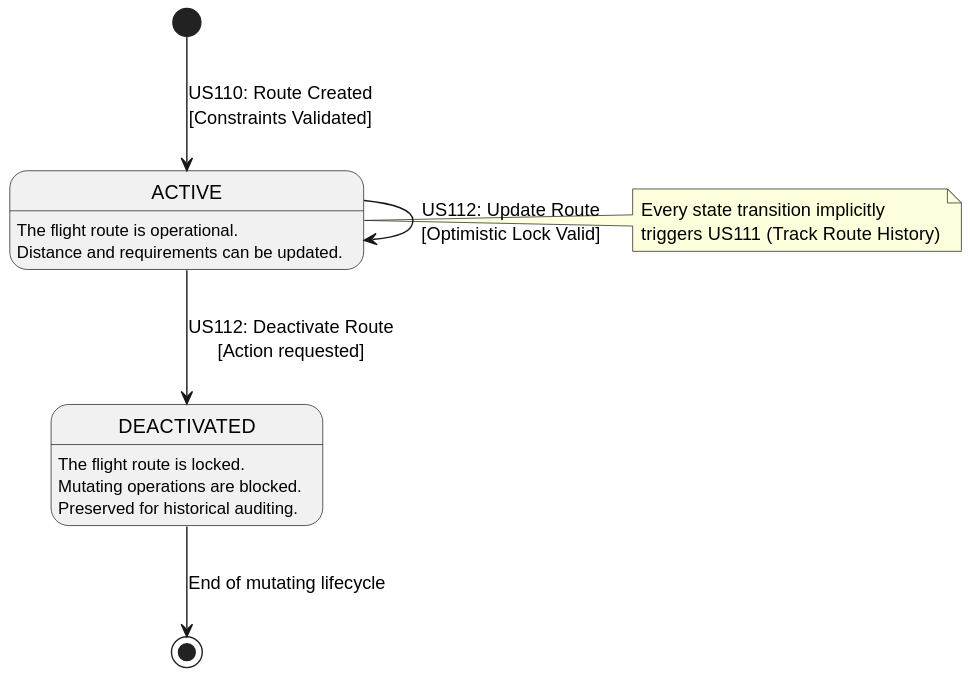
Andre-1240567/psoft2026_2DB_1240567_1241013_1240624 keeps this PlantUML diagram as docs/use-cases/WP#3A/svg/WP#3A-SMD.svg. Above is the earlier version.
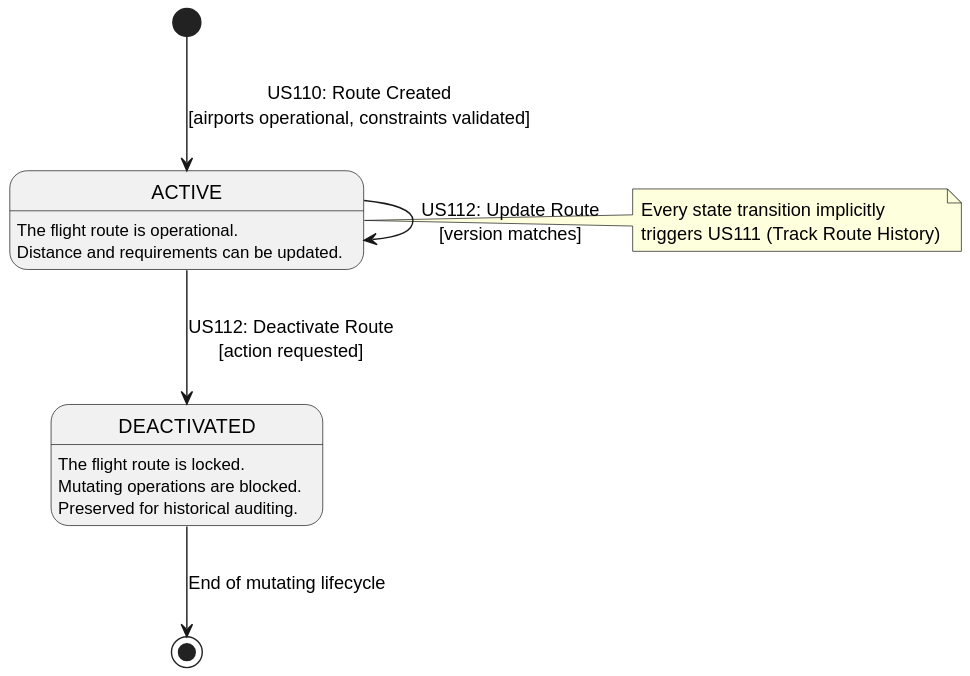
The same file after the commit.

The edit, as a diff of the source:
```diff
@@ -1,7 +1,7 @@
 @startuml
 hide empty description
 
-[*] --> ACTIVE : US110: Route Created\n[Constraints Validated]
+[*] --> ACTIVE : US110: Route Created\n[airports operational, constraints validated]
 
 state ACTIVE {
   ACTIVE : The flight route is operational.
@@ -14,8 +14,8 @@
   DEACTIVATED : Preserved for historical auditing.
 }
 
-ACTIVE --> ACTIVE : US112: Update Route\n[Optimistic Lock Valid]
-ACTIVE --> DEACTIVATED : US112: Deactivate Route\n[Action requested]
+ACTIVE --> ACTIVE : US112: Update Route\n[version matches]
+ACTIVE --> DEACTIVATED : US112: Deactivate Route\n[action requested]
 
 DEACTIVATED --> [*] : End of mutating lifecycle
 
```
